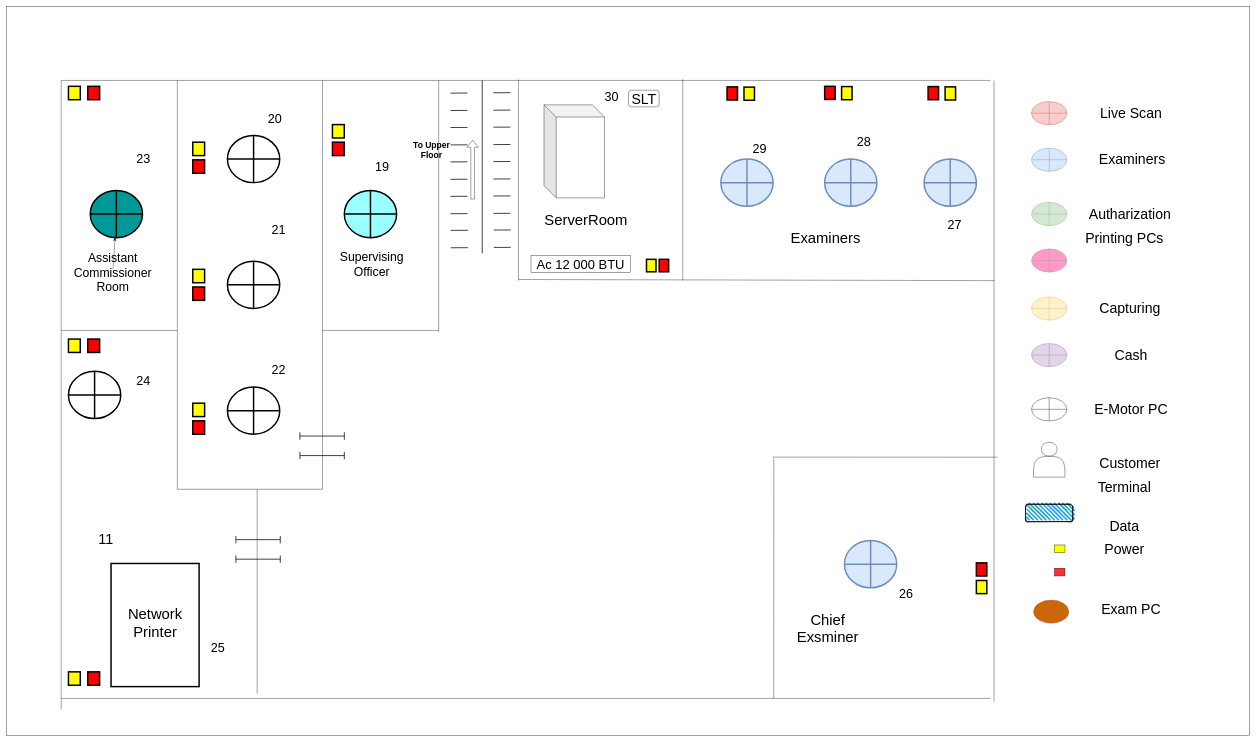
This is anuradhapura_2nd floor.drawio from thushan-harshajeewa/dmt-diagrams, a draw.io file, before an edit. Source tidied: cells renumbered, new cells numbered last; positions are measured from the earlier drawing's top-left corner, leaving out a move shared by most shapes. Both pictures are drawn from the tidied source at 37%, with x=0, y=0 at pixel (6, 6).
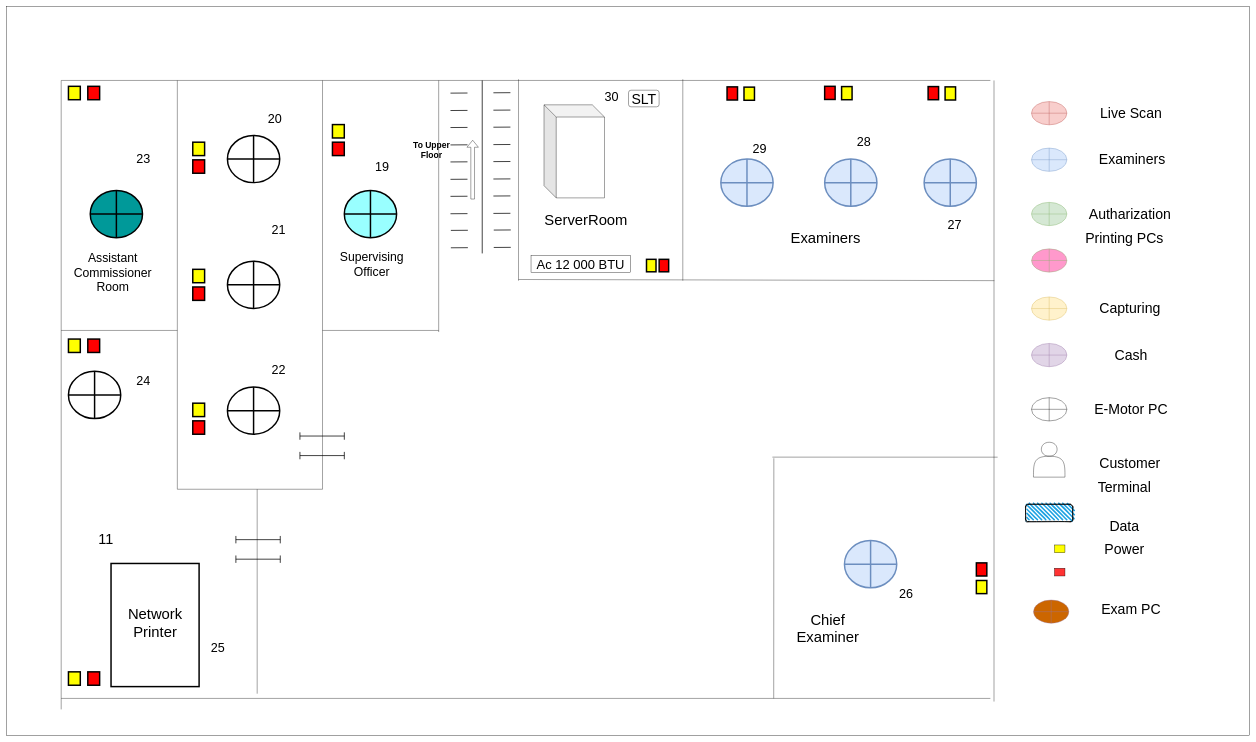
After the change.

Unchanged cells that the change refers to:
```xml
<mxCell id="3" style="group;" parent="1" vertex="1">
  <mxGeometry x="147.9" y="199.9" width="2530.9" height="1699.9" as="geometry" />
</mxCell>
<mxCell id="26" style="shape=orEllipse;perimeter=ellipsePerimeter;whiteSpace=wrap;html=1;backgroundOutline=1;strokeWidth=4;fillColor=#009999;" parent="3" vertex="1">
  <mxGeometry x="78.5" y="297.5" width="141.3" height="127.5" as="geometry" />
</mxCell>
<mxCell id="58" value="&lt;font style=&quot;font-size: 33px;&quot;&gt;Assistant Commissioner Room&lt;/font&gt;" style="text;html=1;align=center;verticalAlign=middle;whiteSpace=wrap;rounded=0;" parent="3" vertex="1">
  <mxGeometry x="12.1" y="510.5" width="255.1" height="16.6" as="geometry" />
</mxCell>
```

Diff of the diagram source:
```diff
@@
-    <mxCell id="36" value="&lt;font style=&quot;font-size: 40px;&quot;&gt;Chief Exsminer&lt;/font&gt;" style="text;html=1;align=center;verticalAlign=middle;whiteSpace=wrap;rounded=0;" parent="3" vertex="1">
+    <mxCell id="36" value="&lt;font style=&quot;font-size: 40px;&quot;&gt;Chief Examiner&lt;/font&gt;" style="text;html=1;align=center;verticalAlign=middle;whiteSpace=wrap;rounded=0;" parent="3" vertex="1">
       <mxGeometry x="2001.4" y="1462.7" width="142.3" height="35.5" as="geometry" />
     </mxCell>
@@
-    <mxCell id="57" style="edgeStyle=none;html=1;" parent="3" edge="1" source="58" target="26">
-      <mxGeometry relative="1" as="geometry" />
-    </mxCell>
```
